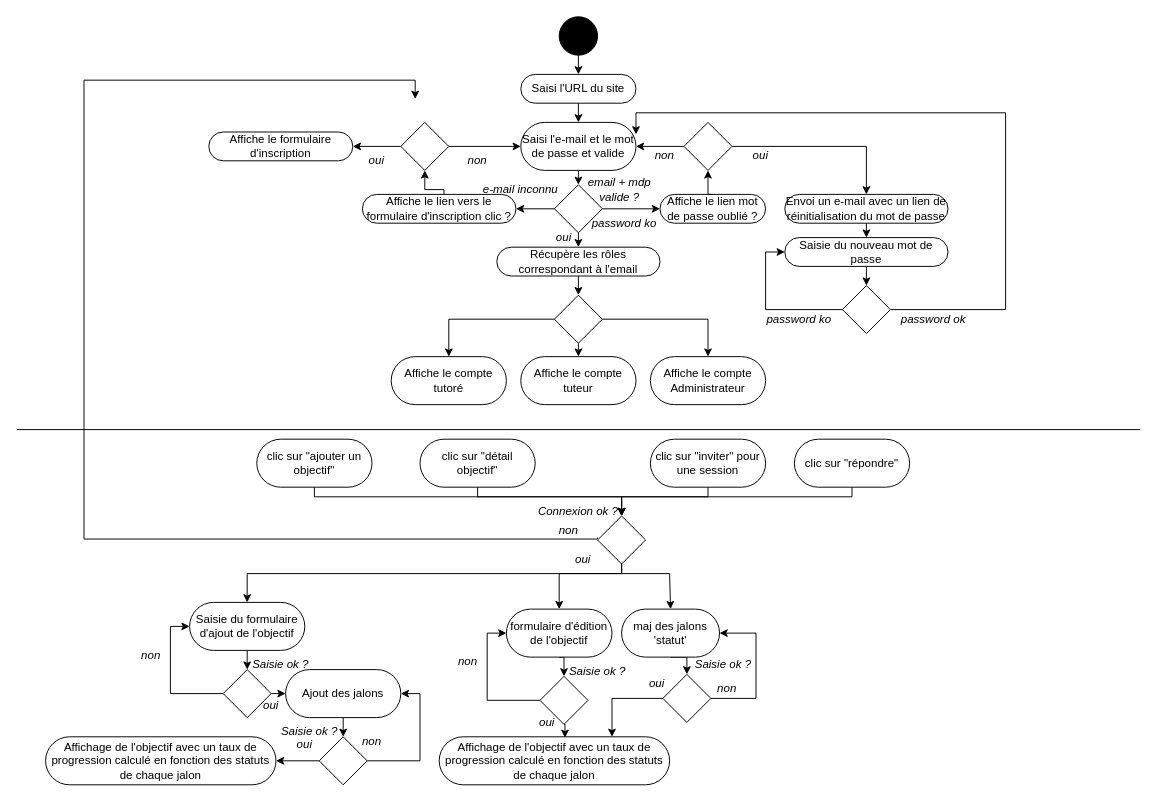
This is page "diagramme d'activité" (3 of 3) of uml_avenirs.drawio from cbeauquel/oc_projet9, a draw.io file, before an edit. Source tidied: cells renumbered, new cells numbered last; positions are measured from the earlier drawing's top-left corner, leaving out a move shared by most shapes. Both pictures are drawn from the tidied source at 96%, with x=0, y=0 at pixel (16, 16).
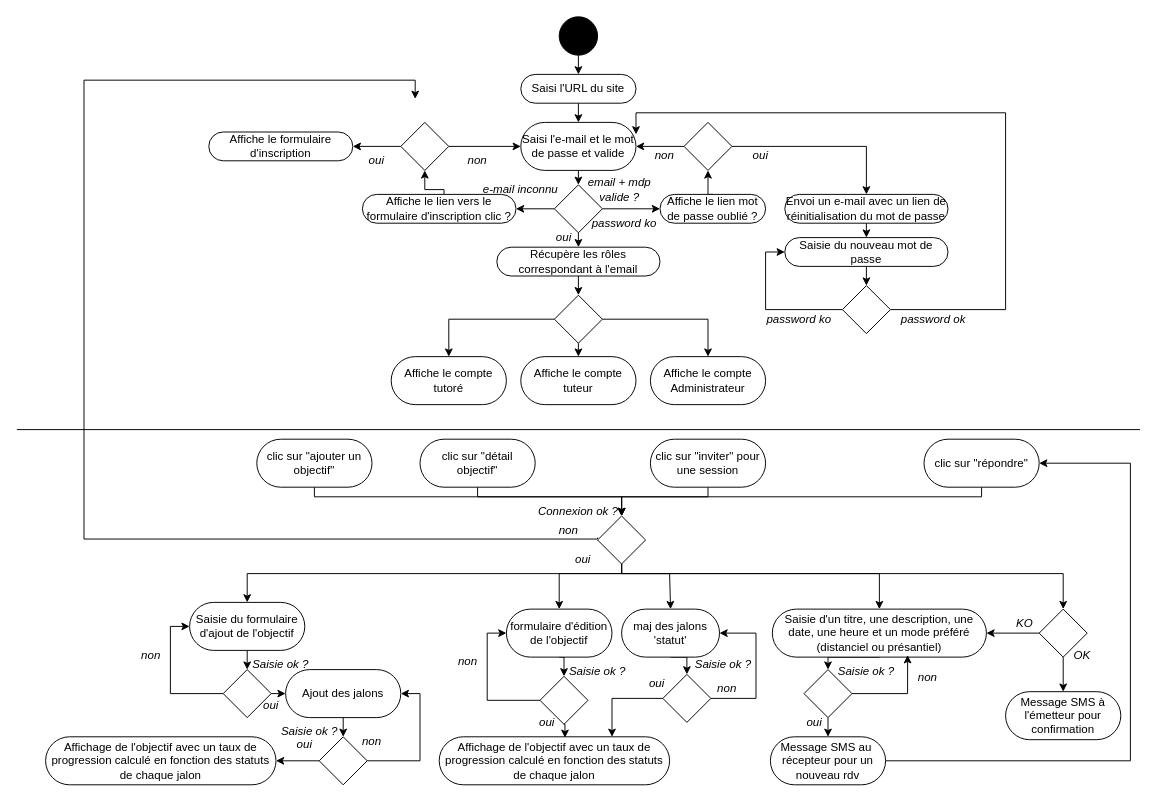
Above is the later version.

Commit message:
Mettre à jour uml_avenirs.drawio diagramme d'activités invitations

Unchanged cells that the change refers to:
```xml
<mxCell id="56" style="rhombus;whiteSpace=wrap;html=1;" parent="1" vertex="1">
  <mxGeometry x="605" y="520" width="50" height="50" as="geometry" />
</mxCell>
```

Diff of the diagram source:
```diff
@@
+    <mxCell id="100" style="edgeStyle=orthogonalEdgeStyle;rounded=0;jettySize=auto;html=1;exitX=0.5;exitY=1;exitDx=0;exitDy=0;entryX=0.5;entryY=0;entryDx=0;entryDy=0;" parent="1" edge="1" source="56" target="103">
+      <mxGeometry relative="1" as="geometry">
+        <Array as="points">
+          <mxPoint x="630" y="580" />
+          <mxPoint x="899" y="580" />
+        </Array>
+      </mxGeometry>
+    </mxCell>
+    <mxCell id="101" style="edgeStyle=orthogonalEdgeStyle;rounded=0;jettySize=auto;html=1;exitX=0.5;exitY=1;exitDx=0;exitDy=0;entryX=0.5;entryY=0;entryDx=0;entryDy=0;" parent="1" edge="1" source="56" target="114">
+      <mxGeometry relative="1" as="geometry">
+        <Array as="points">
+          <mxPoint x="630" y="580" />
+          <mxPoint x="1090" y="580" />
+        </Array>
+      </mxGeometry>
+    </mxCell>
@@
     <mxCell id="81" style="edgeStyle=orthogonalEdgeStyle;rounded=0;jettySize=auto;html=1;exitX=0.5;exitY=1;exitDx=0;exitDy=0;entryX=0.5;entryY=0;entryDx=0;entryDy=0;" parent="1" edge="1" source="82" target="56">
       <mxGeometry relative="1" as="geometry">
         <Array as="points">
-          <mxPoint x="870" y="500" />
+          <mxPoint x="1005" y="500" />
           <mxPoint x="630" y="500" />
         </Array>
       </mxGeometry>
     </mxCell>
     <mxCell id="82" value="clic sur &quot;répondre&quot;" style="rounded=1;whiteSpace=wrap;html=1;arcSize=50;" parent="1" vertex="1">
-      <mxGeometry x="810" y="440" width="120" height="50" as="geometry" />
+      <mxGeometry x="945" y="440" width="120" height="50" as="geometry" />
     </mxCell>
@@
+    <mxCell id="102" style="edgeStyle=orthogonalEdgeStyle;rounded=0;jettySize=auto;html=1;exitX=0.5;exitY=1;exitDx=0;exitDy=0;entryX=0.5;entryY=0;entryDx=0;entryDy=0;" parent="1" edge="1" source="103" target="105">
+      <mxGeometry relative="1" as="geometry">
+        <Array as="points">
+          <mxPoint x="845" y="667" />
+        </Array>
+      </mxGeometry>
+    </mxCell>
+    <mxCell id="103" value="&lt;div&gt;&lt;span style=&quot;background-color: initial;&quot;&gt;Saisie d'un titre, une description, une date, une heure et un mode préféré (distanciel ou présantiel)&lt;/span&gt;&lt;br&gt;&lt;/div&gt;" style="rounded=1;whiteSpace=wrap;html=1;arcSize=50;" parent="1" vertex="1">
+      <mxGeometry x="787" y="617" width="223" height="50" as="geometry" />
+    </mxCell>
+    <mxCell id="104" style="edgeStyle=orthogonalEdgeStyle;rounded=0;jettySize=auto;html=1;exitX=0.5;exitY=1;exitDx=0;exitDy=0;entryX=0.5;entryY=0;entryDx=0;entryDy=0;" parent="1" edge="1" source="105" target="111">
+      <mxGeometry relative="1" as="geometry">
+        <Array as="points">
+          <mxPoint x="845" y="740" />
+          <mxPoint x="845" y="740" />
+        </Array>
+      </mxGeometry>
+    </mxCell>
+    <mxCell id="105" style="rhombus;whiteSpace=wrap;html=1;" parent="1" vertex="1">
+      <mxGeometry x="820" y="680" width="50" height="50" as="geometry" />
+    </mxCell>
+    <mxCell id="106" value="oui" style="text;html=1;align=center;verticalAlign=middle;whiteSpace=wrap;rounded=0;fontStyle=2;" parent="1" vertex="1">
+      <mxGeometry x="820" y="720" width="22" height="30" as="geometry" />
+    </mxCell>
+    <mxCell id="107" value="non" style="text;html=1;align=center;verticalAlign=middle;whiteSpace=wrap;rounded=0;fontStyle=2;" parent="1" vertex="1">
+      <mxGeometry x="919" y="673" width="60" height="30" as="geometry" />
+    </mxCell>
+    <mxCell id="108" style="edgeStyle=orthogonalEdgeStyle;rounded=0;jettySize=auto;html=1;exitX=1;exitY=0.5;exitDx=0;exitDy=0;entryX=0.632;entryY=0.96;entryDx=0;entryDy=0;entryPerimeter=0;" parent="1" edge="1" source="105" target="103">
+      <mxGeometry relative="1" as="geometry">
+        <Array as="points">
+          <mxPoint x="928" y="705" />
+        </Array>
+      </mxGeometry>
+    </mxCell>
+    <mxCell id="109" value="Saisie ok ?" style="text;html=1;align=center;verticalAlign=middle;whiteSpace=wrap;rounded=0;fontStyle=2;" parent="1" vertex="1">
+      <mxGeometry x="851" y="667" width="68" height="30" as="geometry" />
+    </mxCell>
+    <mxCell id="110" style="edgeStyle=orthogonalEdgeStyle;rounded=0;jettySize=auto;html=1;exitX=1;exitY=0.5;exitDx=0;exitDy=0;entryX=1;entryY=0.5;entryDx=0;entryDy=0;" parent="1" edge="1" source="111" target="82">
+      <mxGeometry relative="1" as="geometry">
+        <Array as="points">
+          <mxPoint x="1160" y="775" />
+          <mxPoint x="1160" y="465" />
+        </Array>
+      </mxGeometry>
+    </mxCell>
+    <mxCell id="111" value="Message SMS au&amp;nbsp; récepteur pour un nouveau rdv" style="rounded=1;whiteSpace=wrap;html=1;arcSize=50;" parent="1" vertex="1">
+      <mxGeometry x="785" y="750" width="120" height="50" as="geometry" />
+    </mxCell>
+    <mxCell id="112" style="edgeStyle=orthogonalEdgeStyle;rounded=0;jettySize=auto;html=1;exitX=0;exitY=0.5;exitDx=0;exitDy=0;entryX=1;entryY=0.5;entryDx=0;entryDy=0;" parent="1" edge="1" source="114" target="103">
+      <mxGeometry relative="1" as="geometry" />
+    </mxCell>
+    <mxCell id="113" style="edgeStyle=orthogonalEdgeStyle;rounded=0;jettySize=auto;html=1;exitX=0.5;exitY=1;exitDx=0;exitDy=0;entryX=0.5;entryY=0;entryDx=0;entryDy=0;" parent="1" edge="1" source="114" target="115">
+      <mxGeometry relative="1" as="geometry" />
+    </mxCell>
+    <mxCell id="114" style="rhombus;whiteSpace=wrap;html=1;" parent="1" vertex="1">
+      <mxGeometry x="1065" y="617" width="50" height="50" as="geometry" />
+    </mxCell>
+    <mxCell id="115" value="Message SMS à l'émetteur pour confirmation" style="rounded=1;whiteSpace=wrap;html=1;arcSize=50;" parent="1" vertex="1">
+      <mxGeometry x="1030" y="703" width="120" height="50" as="geometry" />
+    </mxCell>
+    <mxCell id="116" value="OK" style="text;html=1;align=center;verticalAlign=middle;whiteSpace=wrap;rounded=0;fontStyle=2;" parent="1" vertex="1">
+      <mxGeometry x="1080" y="650" width="60" height="30" as="geometry" />
+    </mxCell>
+    <mxCell id="117" value="KO" style="text;html=1;align=center;verticalAlign=middle;whiteSpace=wrap;rounded=0;fontStyle=2;" parent="1" vertex="1">
+      <mxGeometry x="1020" y="617" width="60" height="30" as="geometry" />
+    </mxCell>
```
